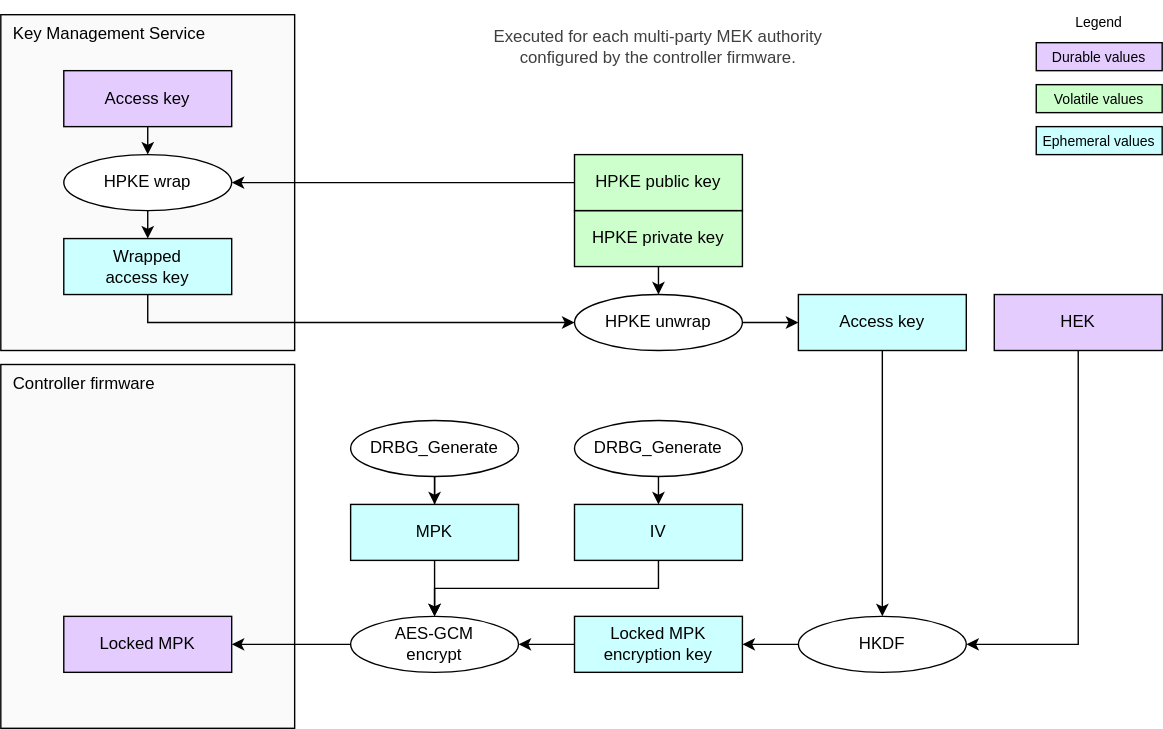
This is doc/ocp_lock/diagrams/mpk_generate.drawio.svg from chipsalliance/Caliptra, a draw.io export, as it was before one commit. Source tidied: cells renumbered, new cells last; positions are measured from the earlier drawing's top-left corner, leaving out a move shared by most shapes.
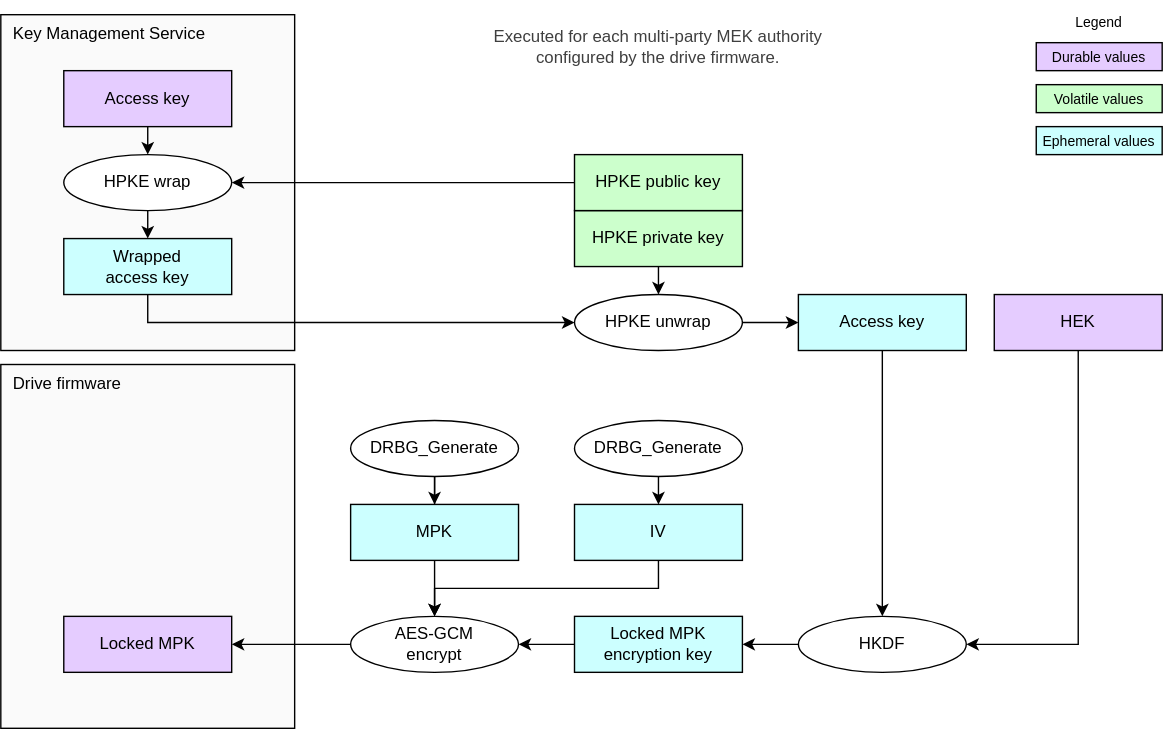
Above is the later version.

What changed in the source:
```diff
@@ -2,7 +2,7 @@
   <root>
     <mxCell id="0" />
     <mxCell id="1" parent="0" />
-    <mxCell id="2" value="Controller firmware" style="rounded=0;whiteSpace=wrap;html=1;fillColor=#FAFAFA;strokeColor=#000000;align=left;verticalAlign=top;spacingLeft=7;" parent="1" vertex="1">
+    <mxCell id="2" value="Drive firmware" style="rounded=0;whiteSpace=wrap;html=1;fillColor=#FAFAFA;strokeColor=#000000;align=left;verticalAlign=top;spacingLeft=7;" parent="1" vertex="1">
       <mxGeometry y="260" width="210" height="260" as="geometry" />
     </mxCell>
     <mxCell id="3" value="Key Management Service" style="rounded=0;whiteSpace=wrap;html=1;fillColor=#FAFAFA;strokeColor=#000000;align=left;verticalAlign=top;spacingLeft=7;" parent="1" vertex="1">
@@ -119,7 +119,7 @@
     <mxCell id="35" style="endArrow=classic;html=1;exitX=0.5;exitY=1;exitDx=0;exitDy=0;endSize=6;startSize=6;entryX=0.5;entryY=0;entryDx=0;entryDy=0;" parent="1" edge="1" source="18" target="19">
       <mxGeometry relative="1" as="geometry" />
     </mxCell>
-    <mxCell id="36" value="&lt;div style=&quot;color: rgb(63, 63, 63);&quot;&gt;Executed&lt;span style=&quot;background-color: transparent;&quot;&gt;&amp;nbsp;for&amp;nbsp;&lt;/span&gt;&lt;span style=&quot;background-color: transparent;&quot;&gt;each multi-party MEK authority configured by the controller firmware.&lt;/span&gt;&lt;/div&gt;" style="text;strokeColor=none;align=center;fillColor=none;html=1;verticalAlign=middle;whiteSpace=wrap;rounded=0;" parent="1" vertex="1">
+    <mxCell id="36" value="&lt;div style=&quot;color: rgb(63, 63, 63);&quot;&gt;Executed&lt;span style=&quot;background-color: transparent;&quot;&gt;&amp;nbsp;for&amp;nbsp;&lt;/span&gt;&lt;span style=&quot;background-color: transparent;&quot;&gt;each multi-party MEK authority configured by the drive firmware.&lt;/span&gt;&lt;/div&gt;" style="text;strokeColor=none;align=center;fillColor=none;html=1;verticalAlign=middle;whiteSpace=wrap;rounded=0;" parent="1" vertex="1">
       <mxGeometry x="340" y="10" width="260" height="45" as="geometry" />
     </mxCell>
     <mxCell id="37" style="endArrow=none;html=1;exitX=0.5;exitY=0;exitDx=0;exitDy=0;entryX=0.5;entryY=1;entryDx=0;entryDy=0;startArrow=classic;startFill=1;endFill=0;endSize=6;startSize=6;" parent="1" edge="1" source="38" target="39">
```
